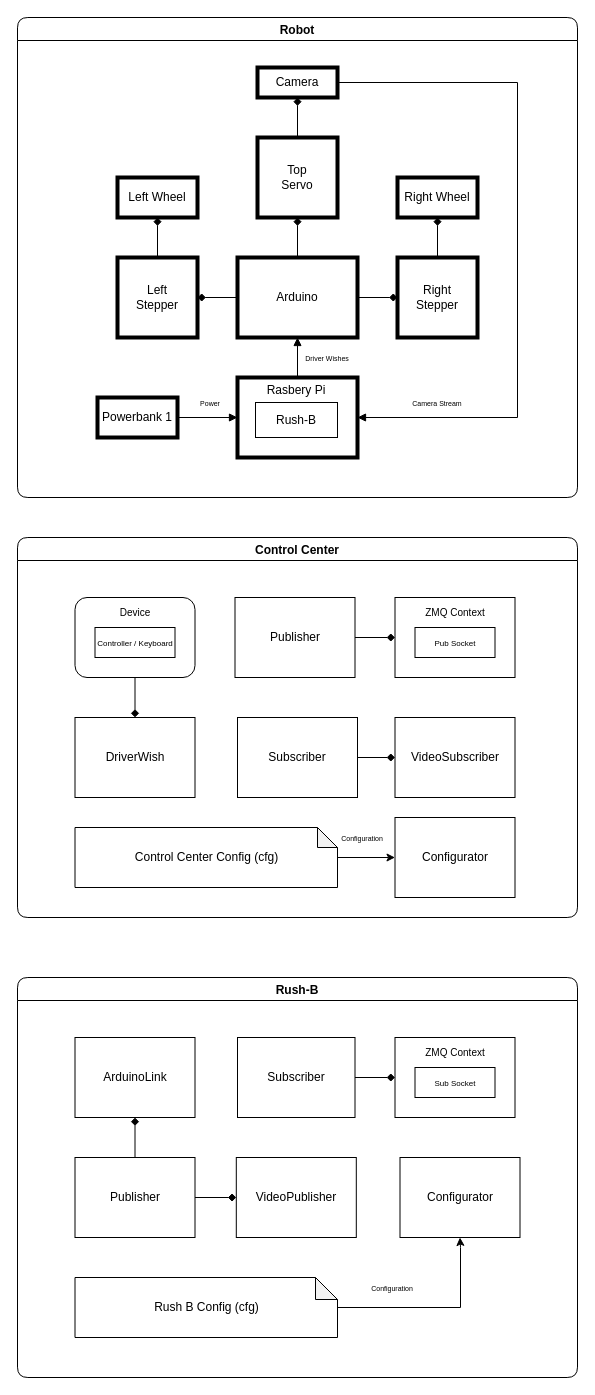
Earlier version of the draw.io diagram page "Architecture" (2 of 5) of docs/diagrams/Design.drawio (GjergjiSh/Rush-B). Source tidied: cells renumbered, new cells numbered last; positions are measured from the earlier drawing's top-left corner, leaving out a move shared by most shapes. Both pictures are drawn from the tidied source at 100%, with x=0, y=0 at pixel (17, 17).
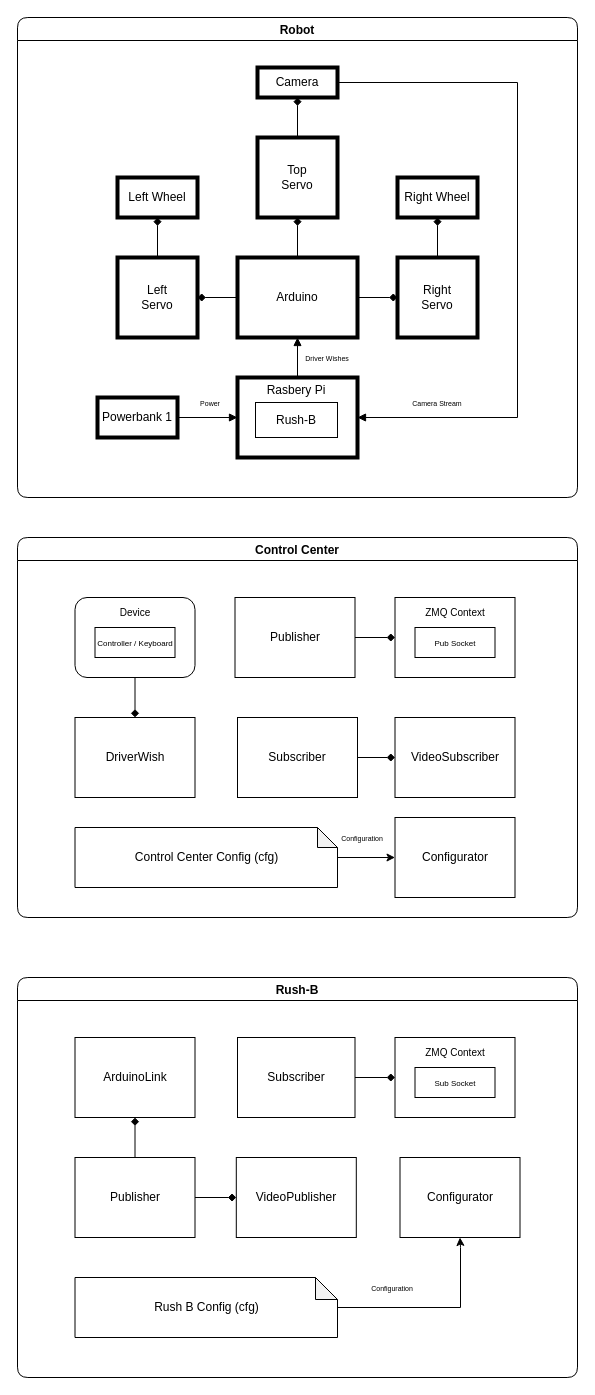
Above is the later version.

Commit message:
Reverted stepper changes back to servos in architecture diagram

Change to the diagram source:
```diff
@@
-    <mxCell id="7" value="Right&lt;br&gt;Stepper" style="rounded=0;whiteSpace=wrap;html=1;strokeWidth=4;" parent="1" vertex="1">
+    <mxCell id="7" value="Right&lt;br&gt;Servo" style="rounded=0;whiteSpace=wrap;html=1;strokeWidth=4;" parent="1" vertex="1">
       <mxGeometry x="380" y="240" width="80" height="80" as="geometry" />
     </mxCell>
@@
-    <mxCell id="9" value="Left&lt;br&gt;Stepper" style="rounded=0;whiteSpace=wrap;html=1;strokeWidth=4;" parent="1" vertex="1">
+    <mxCell id="9" value="Left&lt;br&gt;Servo" style="rounded=0;whiteSpace=wrap;html=1;strokeWidth=4;" parent="1" vertex="1">
       <mxGeometry x="100" y="240" width="80" height="80" as="geometry" />
     </mxCell>
```
